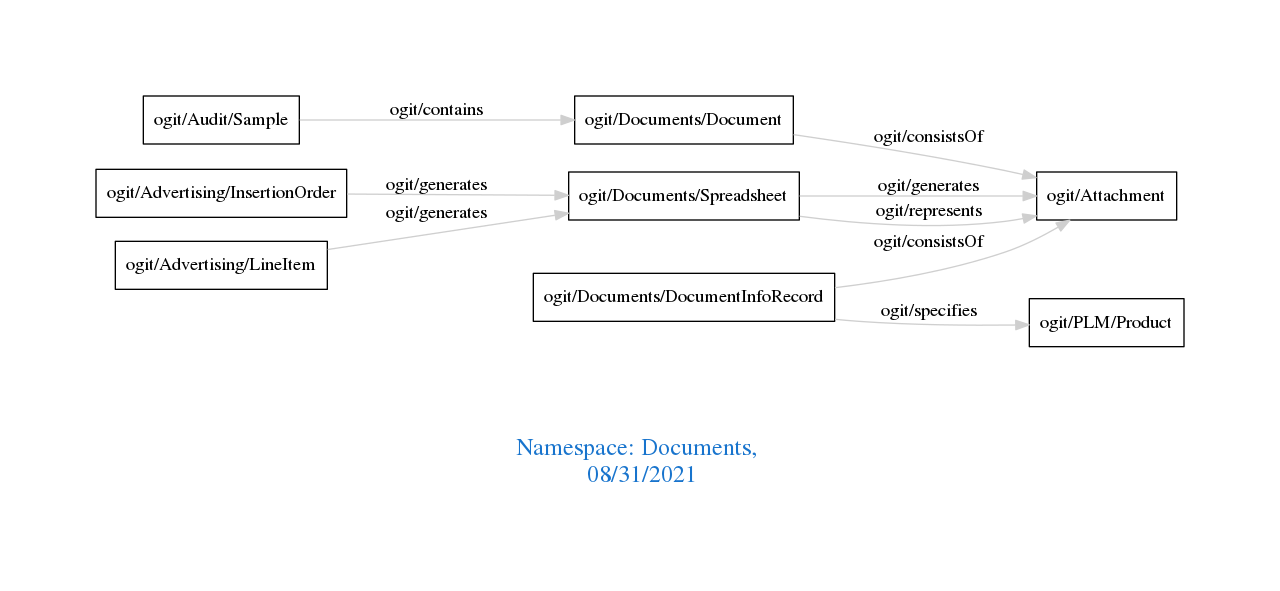
arago/OGIT keeps this Graphviz diagram as downloads/Documents.png. Above is the earlier version. Its source is kept beside it as downloads/Documents.dot.
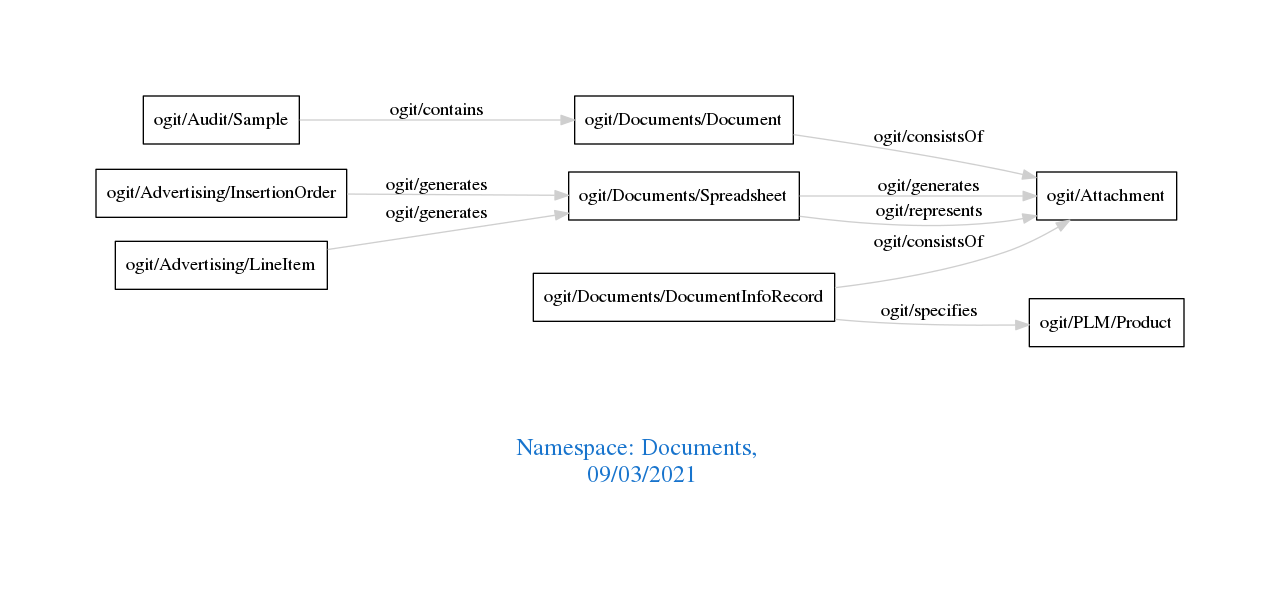
The same file after the commit.

The edit, as a diff of the source:
```diff
@@ -1,7 +1,7 @@
 digraph OGIT_ontology {
  graph [ rankdir= LR,pad=1
 fontsize = 18,
-fontcolor= dodgerblue3,label = "\n\n\nNamespace: Documents, \n 08/31/2021"];
+fontcolor= dodgerblue3,label = "\n\n\nNamespace: Documents, \n 09/03/2021"];
 node[shape=polygon];
 edge [  color="gray81"];
 
```
